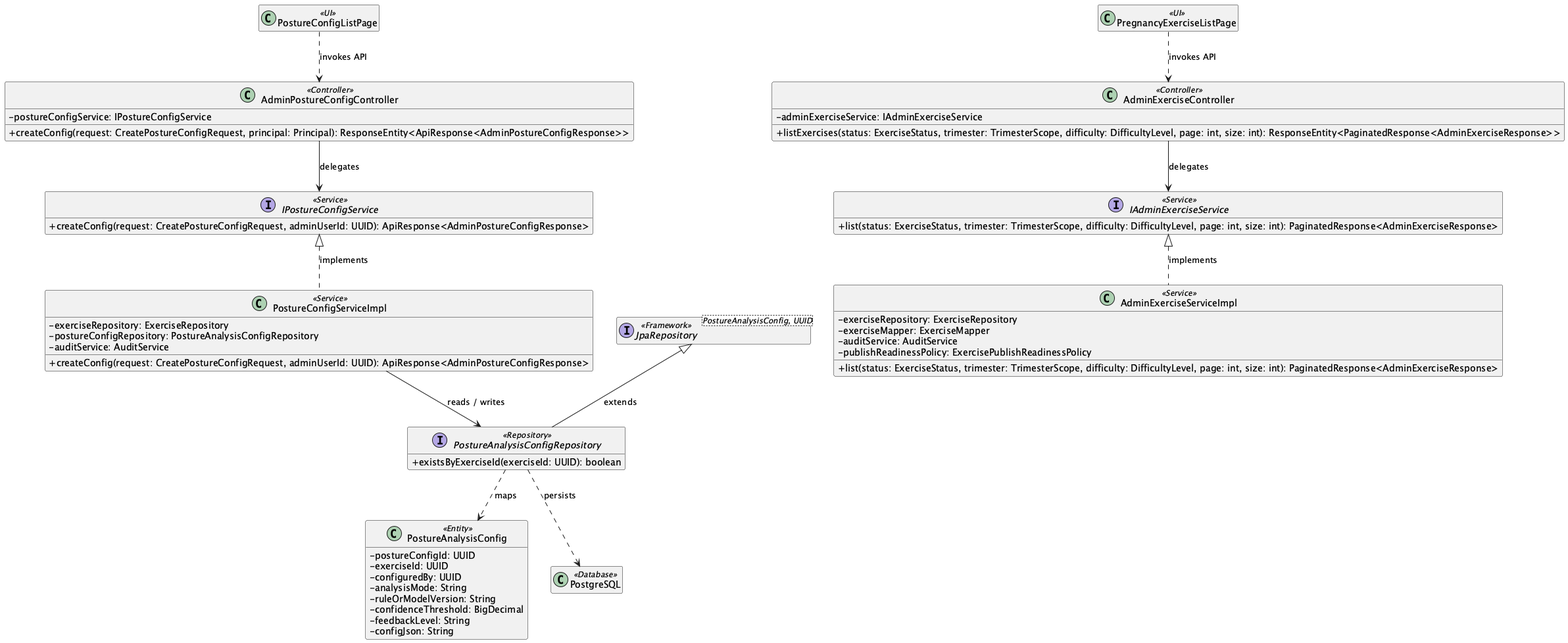
Before: 03_Design/Detailed_Design/MF09_Content_Hub/images/04_Exercise_Catalogue_and_Posture_Configuration_ClassDiagram.png, a diagram exported from PlantUML (ChuongBDHE172784/CareBridge_SEP490_G79).
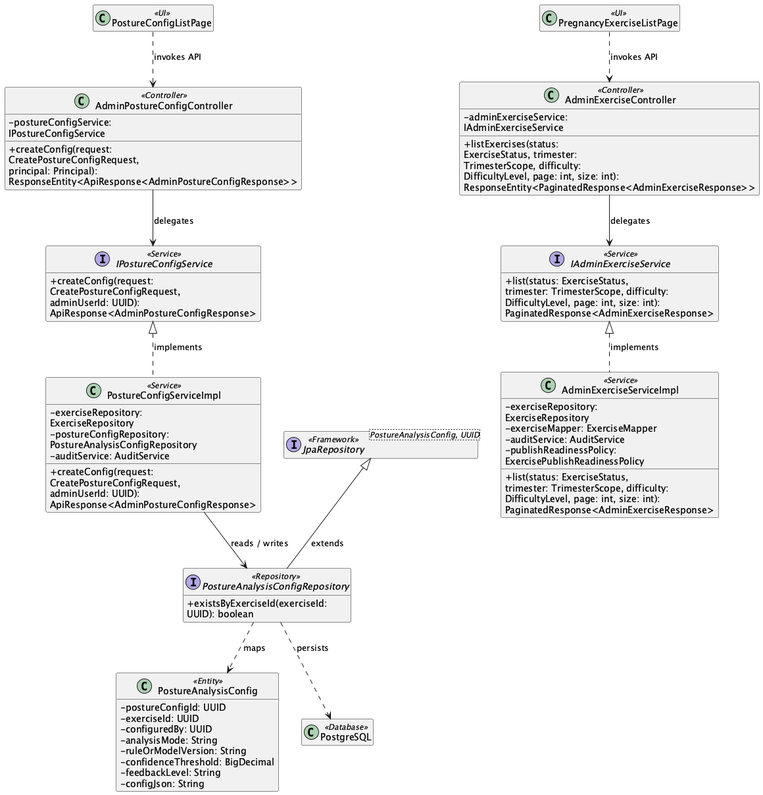
After the commit.

What changed in the source:
```diff
@@ -1,5 +1,6 @@
-@startuml
+@startuml ClassDiagram_04ExerciseCatalogueandPostureConfiguration
 skinparam classAttributeIconSize 0
+skinparam wrapWidth 250
 hide empty members
 
 class "PostureConfigListPage" as UIPostureConfigListPage <<UI>>
```
